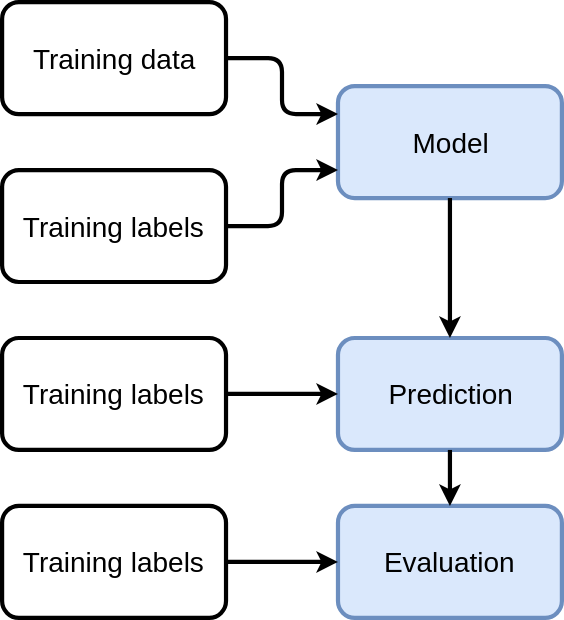
Earlier version of the draw.io export slides/figures/day1/supervised-ml-flow.svg (AI-BlackBelt/yellow). Source tidied: cells renumbered, new cells last; positions are measured from the earlier drawing's top-left corner, leaving out a move shared by most shapes.
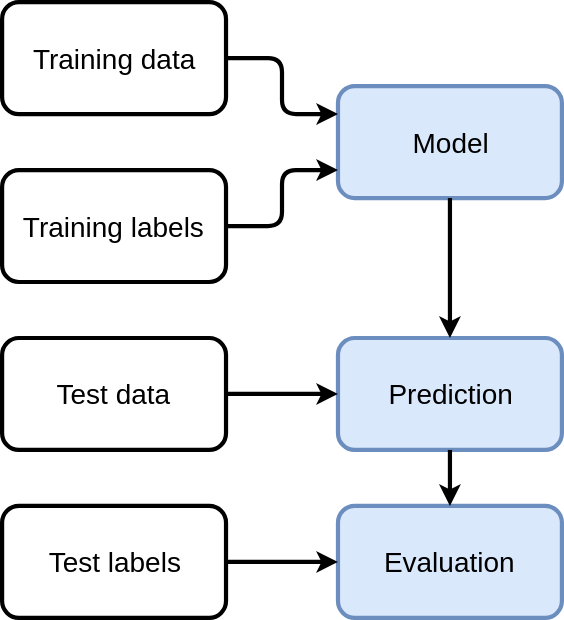
After the commit.

Change to the diagram source:
```diff
@@ -30,7 +30,7 @@
     <mxCell id="7" value="Prediction" style="rounded=1;whiteSpace=wrap;html=1;strokeWidth=3;fontSize=20;fillColor=#dae8fc;strokeColor=#6c8ebf;" parent="1" vertex="1">
       <mxGeometry x="240" y="240" width="160" height="80" as="geometry" />
     </mxCell>
-    <mxCell id="8" value="Training labels" style="rounded=1;whiteSpace=wrap;html=1;strokeWidth=3;fontSize=20;" parent="1" vertex="1">
+    <mxCell id="8" value="Test data" style="rounded=1;whiteSpace=wrap;html=1;strokeWidth=3;fontSize=20;" parent="1" vertex="1">
       <mxGeometry y="240" width="160" height="80" as="geometry" />
     </mxCell>
     <mxCell id="9" style="endArrow=classic;html=1;strokeColor=#000000;strokeWidth=3;fontFamily=Georgia;fontSize=15;fontColor=#000000;align=center;exitX=1;exitY=0.5;entryX=0;entryY=0.5;exitDx=0;exitDy=0;entryDx=0;entryDy=0;" parent="1" edge="1" source="8" target="7">
@@ -42,7 +42,7 @@
     <mxCell id="11" value="Evaluation" style="rounded=1;whiteSpace=wrap;html=1;strokeWidth=3;fontSize=20;fillColor=#dae8fc;strokeColor=#6c8ebf;" parent="1" vertex="1">
       <mxGeometry x="240" y="360" width="160" height="80" as="geometry" />
     </mxCell>
-    <mxCell id="12" value="Training labels" style="rounded=1;whiteSpace=wrap;html=1;strokeWidth=3;fontSize=20;" parent="1" vertex="1">
+    <mxCell id="12" value="Test labels" style="rounded=1;whiteSpace=wrap;html=1;strokeWidth=3;fontSize=20;" parent="1" vertex="1">
       <mxGeometry y="360" width="160" height="80" as="geometry" />
     </mxCell>
     <mxCell id="13" style="endArrow=classic;html=1;strokeColor=#000000;strokeWidth=3;fontFamily=Georgia;fontSize=15;fontColor=#000000;align=center;exitX=1;exitY=0.5;entryX=0;entryY=0.5;exitDx=0;exitDy=0;entryDx=0;entryDy=0;" parent="1" edge="1" source="12" target="11">
```
